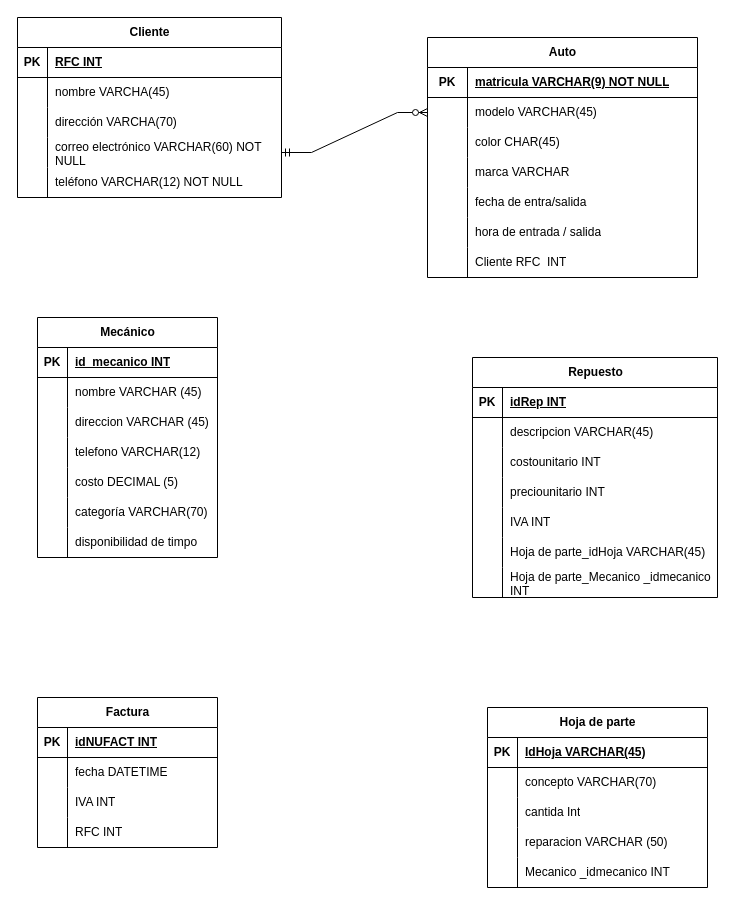
This is page "Página-2" (2 of 2) of diagrama/diagrama entidad relacion.drawio from Reyesjessica/fbd-jessica-reyes, a draw.io file, before an edit. Source tidied: cells renumbered, new cells numbered last; positions are measured from the earlier drawing's top-left corner, leaving out a move shared by most shapes. Both pictures are drawn from the tidied source at 100%, with x=0, y=0 at pixel (17, 17).
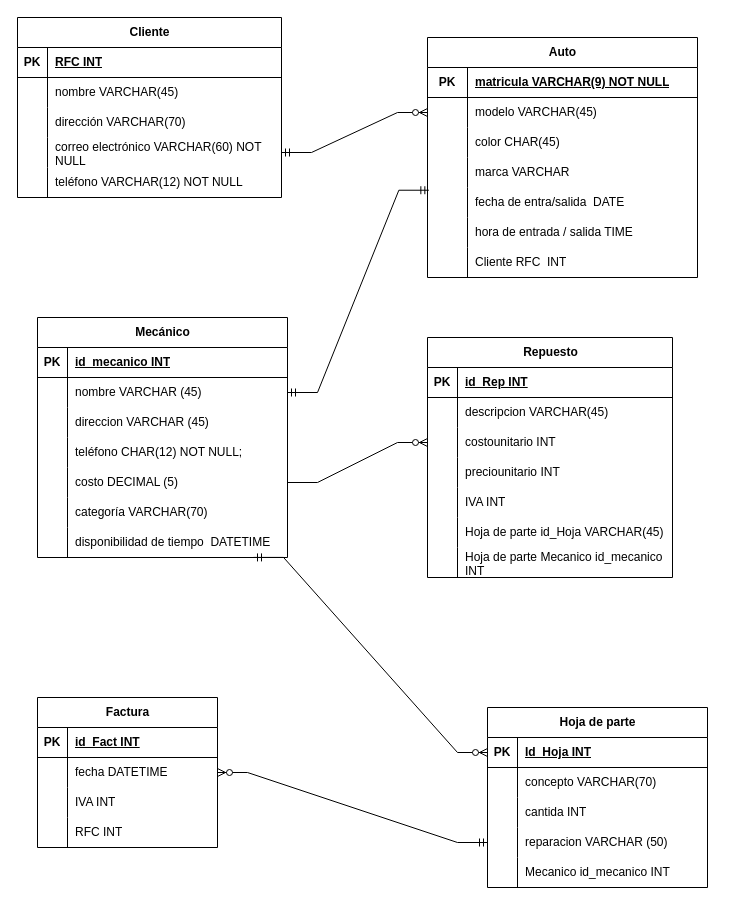
The same diagram, later.

The change refers to these unchanged cells:
```xml
<mxCell id="6" style="shape=tableRow;horizontal=0;startSize=0;swimlaneHead=0;swimlaneBody=0;fillColor=none;top=0;left=0;right=0;bottom=0;" parent="2" vertex="1">
  <mxGeometry y="60" width="264" height="30" as="geometry" />
</mxCell>
<mxCell id="9" style="shape=tableRow;horizontal=0;startSize=0;swimlaneHead=0;swimlaneBody=0;fillColor=none;top=0;left=0;right=0;bottom=0;" parent="2" vertex="1">
  <mxGeometry y="90" width="264" height="30" as="geometry" />
</mxCell>
<mxCell id="31" style="shape=tableRow;horizontal=0;startSize=0;swimlaneHead=0;swimlaneBody=0;fillColor=none;points=[[0,0.5],[1,0.5]];portConstraint=eastwest;top=0;left=0;right=0;bottom=0;" parent="18" vertex="1">
  <mxGeometry y="150" width="270" height="30" as="geometry" />
</mxCell>
<mxCell id="34" style="shape=tableRow;horizontal=0;startSize=0;swimlaneHead=0;swimlaneBody=0;fillColor=none;top=0;left=0;right=0;bottom=0;" parent="18" vertex="1">
  <mxGeometry y="180" width="270" height="30" as="geometry" />
</mxCell>
<mxCell id="63" style="shape=tableRow;horizontal=0;startSize=0;swimlaneHead=0;swimlaneBody=0;fillColor=none;top=0;left=0;right=0;bottom=1;" parent="62" vertex="1">
  <mxGeometry y="30" width="180" height="30" as="geometry" />
</mxCell>
<mxCell id="66" style="shape=tableRow;horizontal=0;startSize=0;swimlaneHead=0;swimlaneBody=0;fillColor=none;points=[[0,0.5],[1,0.5]];portConstraint=eastwest;top=0;left=0;right=0;bottom=0;" parent="62" vertex="1">
  <mxGeometry y="60" width="180" height="30" as="geometry" />
</mxCell>
<mxCell id="76" style="shape=tableRow;horizontal=0;startSize=0;swimlaneHead=0;swimlaneBody=0;fillColor=none;top=0;left=0;right=0;bottom=1;" parent="75" vertex="1">
  <mxGeometry y="30" width="245" height="30" as="geometry" />
</mxCell>
<mxCell id="82" style="shape=tableRow;horizontal=0;startSize=0;swimlaneHead=0;swimlaneBody=0;fillColor=none;points=[[0,0.5],[1,0.5]];portConstraint=eastwest;top=0;left=0;right=0;bottom=0;" parent="75" vertex="1">
  <mxGeometry y="90" width="245" height="30" as="geometry" />
</mxCell>
<mxCell id="91" style="shape=tableRow;horizontal=0;startSize=0;swimlaneHead=0;swimlaneBody=0;fillColor=none;top=0;left=0;right=0;bottom=0;" parent="75" vertex="1">
  <mxGeometry y="180" width="245" height="30" as="geometry" />
</mxCell>
<mxCell id="94" style="shape=tableRow;horizontal=0;startSize=0;swimlaneHead=0;swimlaneBody=0;fillColor=none;top=0;left=0;right=0;bottom=0;" parent="75" vertex="1">
  <mxGeometry y="210" width="245" height="30" as="geometry" />
</mxCell>
<mxCell id="98" style="shape=tableRow;horizontal=0;startSize=0;swimlaneHead=0;swimlaneBody=0;fillColor=none;points=[[0,0.5],[1,0.5]];portConstraint=eastwest;top=0;left=0;right=0;bottom=1;" parent="97" vertex="1">
  <mxGeometry y="30" width="220" height="30" as="geometry" />
</mxCell>
<mxCell id="104" style="shape=tableRow;horizontal=0;startSize=0;swimlaneHead=0;swimlaneBody=0;fillColor=none;top=0;left=0;right=0;bottom=0;" parent="97" vertex="1">
  <mxGeometry y="90" width="220" height="30" as="geometry" />
</mxCell>
<mxCell id="107" style="shape=tableRow;horizontal=0;startSize=0;swimlaneHead=0;swimlaneBody=0;fillColor=none;points=[[0,0.5],[1,0.5]];portConstraint=eastwest;top=0;left=0;right=0;bottom=0;" parent="97" vertex="1">
  <mxGeometry y="120" width="220" height="30" as="geometry" />
</mxCell>
<mxCell id="110" style="shape=tableRow;horizontal=0;startSize=0;swimlaneHead=0;swimlaneBody=0;fillColor=none;top=0;left=0;right=0;bottom=0;" parent="97" vertex="1">
  <mxGeometry y="150" width="220" height="30" as="geometry" />
</mxCell>
```

Diff of the diagram source:
```diff
@@
-    <mxCell id="8" value="nombre VARCHA(45)" style="shape=partialRectangle;fillColor=none;top=0;left=0;bottom=0;right=0;align=left;spacingLeft=6;overflow=hidden;whiteSpace=wrap;html=1;" parent="6" vertex="1">
+    <mxCell id="8" value="nombre VARCHAR(45)" style="shape=partialRectangle;fillColor=none;top=0;left=0;bottom=0;right=0;align=left;spacingLeft=6;overflow=hidden;whiteSpace=wrap;html=1;" parent="6" vertex="1">
       <mxGeometry x="30" width="234" height="30" as="geometry" />
     </mxCell>
@@
-    <mxCell id="11" value="dirección VARCHA(70)" style="shape=partialRectangle;fillColor=none;top=0;left=0;bottom=0;right=0;align=left;spacingLeft=6;overflow=hidden;whiteSpace=wrap;html=1;" parent="9" vertex="1">
+    <mxCell id="11" value="dirección VARCHAR(70)" style="shape=partialRectangle;fillColor=none;top=0;left=0;bottom=0;right=0;align=left;spacingLeft=6;overflow=hidden;whiteSpace=wrap;html=1;" parent="9" vertex="1">
       <mxGeometry x="30" width="234" height="30" as="geometry" />
     </mxCell>
@@
-    <mxCell id="33" value="fecha de entra/salida&amp;nbsp;" style="shape=partialRectangle;fillColor=none;top=0;left=0;bottom=0;right=0;align=left;spacingLeft=6;overflow=hidden;whiteSpace=wrap;html=1;" parent="31" vertex="1">
+    <mxCell id="33" value="fecha de entra/salida&amp;nbsp; DATE" style="shape=partialRectangle;fillColor=none;top=0;left=0;bottom=0;right=0;align=left;spacingLeft=6;overflow=hidden;whiteSpace=wrap;html=1;" parent="31" vertex="1">
       <mxGeometry x="40" width="230" height="30" as="geometry" />
     </mxCell>
@@
-    <mxCell id="36" value="hora de entrada / salida" style="shape=partialRectangle;fillColor=none;top=0;left=0;bottom=0;right=0;align=left;spacingLeft=6;overflow=hidden;whiteSpace=wrap;html=1;" parent="34" vertex="1">
+    <mxCell id="36" value="hora de entrada / salida TIME" style="shape=partialRectangle;fillColor=none;top=0;left=0;bottom=0;right=0;align=left;spacingLeft=6;overflow=hidden;whiteSpace=wrap;html=1;" parent="34" vertex="1">
       <mxGeometry x="40" width="230" height="30" as="geometry" />
     </mxCell>
@@
     <mxCell id="40" value="Mecánico" style="shape=table;startSize=30;childLayout=tableLayout;rowLines=0;fontStyle=1;align=center;html=1;" parent="1" vertex="1">
-      <mxGeometry x="20" y="300" width="180" height="240" as="geometry" />
+      <mxGeometry x="20" y="300" width="250" height="240" as="geometry" />
     </mxCell>
     <mxCell id="41" style="shape=tableRow;horizontal=0;startSize=0;swimlaneHead=0;swimlaneBody=0;fillColor=none;top=0;left=0;right=0;bottom=1;" parent="40" vertex="1">
-      <mxGeometry y="30" width="180" height="30" as="geometry" />
+      <mxGeometry y="30" width="250" height="30" as="geometry" />
     </mxCell>
@@
     <mxCell id="43" value="id_mecanico INT" style="shape=partialRectangle;fillColor=none;top=0;left=0;bottom=0;right=0;align=left;spacingLeft=6;fontStyle=5;overflow=hidden;whiteSpace=wrap;html=1;" parent="41" vertex="1">
-      <mxGeometry x="30" width="150" height="30" as="geometry" />
+      <mxGeometry x="30" width="220" height="30" as="geometry" />
     </mxCell>
     <mxCell id="44" style="shape=tableRow;horizontal=0;startSize=0;swimlaneHead=0;swimlaneBody=0;fillColor=none;points=[[0,0.5],[1,0.5]];portConstraint=eastwest;top=0;left=0;right=0;bottom=0;" parent="40" vertex="1">
-      <mxGeometry y="60" width="180" height="30" as="geometry" />
+      <mxGeometry y="60" width="250" height="30" as="geometry" />
     </mxCell>
@@
     <mxCell id="46" value="nombre VARCHAR (45)" style="shape=partialRectangle;fillColor=none;top=0;left=0;bottom=0;right=0;align=left;spacingLeft=6;overflow=hidden;whiteSpace=wrap;html=1;" parent="44" vertex="1">
-      <mxGeometry x="30" width="150" height="30" as="geometry" />
+      <mxGeometry x="30" width="220" height="30" as="geometry" />
     </mxCell>
     <mxCell id="47" style="shape=tableRow;horizontal=0;startSize=0;swimlaneHead=0;swimlaneBody=0;fillColor=none;top=0;left=0;right=0;bottom=0;" parent="40" vertex="1">
-      <mxGeometry y="90" width="180" height="30" as="geometry" />
+      <mxGeometry y="90" width="250" height="30" as="geometry" />
     </mxCell>
@@
     <mxCell id="49" value="direccion VARCHAR (45)" style="shape=partialRectangle;fillColor=none;top=0;left=0;bottom=0;right=0;align=left;spacingLeft=6;overflow=hidden;whiteSpace=wrap;html=1;" parent="47" vertex="1">
-      <mxGeometry x="30" width="150" height="30" as="geometry" />
+      <mxGeometry x="30" width="220" height="30" as="geometry" />
     </mxCell>
     <mxCell id="50" style="shape=tableRow;horizontal=0;startSize=0;swimlaneHead=0;swimlaneBody=0;fillColor=none;top=0;left=0;right=0;bottom=0;" parent="40" vertex="1">
-      <mxGeometry y="120" width="180" height="30" as="geometry" />
+      <mxGeometry y="120" width="250" height="30" as="geometry" />
     </mxCell>
@@
-    <mxCell id="52" value="telefono VARCHAR(12)" style="shape=partialRectangle;fillColor=none;top=0;left=0;bottom=0;right=0;align=left;spacingLeft=6;overflow=hidden;whiteSpace=wrap;html=1;" parent="50" vertex="1">
-      <mxGeometry x="30" width="150" height="30" as="geometry" />
+    <mxCell id="52" value="teléfono CHAR(12) NOT NULL;" style="shape=partialRectangle;fillColor=none;top=0;left=0;bottom=0;right=0;align=left;spacingLeft=6;overflow=hidden;whiteSpace=wrap;html=1;" parent="50" vertex="1">
+      <mxGeometry x="30" width="220" height="30" as="geometry" />
     </mxCell>
     <mxCell id="53" style="shape=tableRow;horizontal=0;startSize=0;swimlaneHead=0;swimlaneBody=0;fillColor=none;points=[[0,0.5],[1,0.5]];portConstraint=eastwest;top=0;left=0;right=0;bottom=0;" parent="40" vertex="1">
-      <mxGeometry y="150" width="180" height="30" as="geometry" />
+      <mxGeometry y="150" width="250" height="30" as="geometry" />
     </mxCell>
@@
     <mxCell id="55" value="costo DECIMAL (5)" style="shape=partialRectangle;fillColor=none;top=0;left=0;bottom=0;right=0;align=left;spacingLeft=6;overflow=hidden;whiteSpace=wrap;html=1;" parent="53" vertex="1">
-      <mxGeometry x="30" width="150" height="30" as="geometry" />
+      <mxGeometry x="30" width="220" height="30" as="geometry" />
     </mxCell>
     <mxCell id="56" style="shape=tableRow;horizontal=0;startSize=0;swimlaneHead=0;swimlaneBody=0;fillColor=none;top=0;left=0;right=0;bottom=0;" parent="40" vertex="1">
-      <mxGeometry y="180" width="180" height="30" as="geometry" />
+      <mxGeometry y="180" width="250" height="30" as="geometry" />
     </mxCell>
@@
     <mxCell id="58" value="categoría VARCHAR(70)" style="shape=partialRectangle;fillColor=none;top=0;left=0;bottom=0;right=0;align=left;spacingLeft=6;overflow=hidden;whiteSpace=wrap;html=1;" parent="56" vertex="1">
-      <mxGeometry x="30" width="150" height="30" as="geometry" />
+      <mxGeometry x="30" width="220" height="30" as="geometry" />
     </mxCell>
     <mxCell id="59" style="shape=tableRow;horizontal=0;startSize=0;swimlaneHead=0;swimlaneBody=0;fillColor=none;points=[[0,0.5],[1,0.5]];portConstraint=eastwest;top=0;left=0;right=0;bottom=0;" parent="40" vertex="1">
-      <mxGeometry y="210" width="180" height="30" as="geometry" />
+      <mxGeometry y="210" width="250" height="30" as="geometry" />
     </mxCell>
@@
-    <mxCell id="61" value="disponibilidad de timpo&amp;nbsp;" style="shape=partialRectangle;fillColor=none;top=0;left=0;bottom=0;right=0;align=left;spacingLeft=6;overflow=hidden;whiteSpace=wrap;html=1;" parent="59" vertex="1">
-      <mxGeometry x="30" width="150" height="30" as="geometry" />
+    <mxCell id="61" value="disponibilidad de tiempo&amp;nbsp; DATETIME" style="shape=partialRectangle;fillColor=none;top=0;left=0;bottom=0;right=0;align=left;spacingLeft=6;overflow=hidden;whiteSpace=wrap;html=1;" parent="59" vertex="1">
+      <mxGeometry x="30" width="220" height="30" as="geometry" />
     </mxCell>
@@
-    <mxCell id="65" value="idNUFACT INT" style="shape=partialRectangle;fillColor=none;top=0;left=0;bottom=0;right=0;align=left;spacingLeft=6;fontStyle=5;overflow=hidden;whiteSpace=wrap;html=1;" parent="63" vertex="1">
+    <mxCell id="65" value="id_Fact INT" style="shape=partialRectangle;fillColor=none;top=0;left=0;bottom=0;right=0;align=left;spacingLeft=6;fontStyle=5;overflow=hidden;whiteSpace=wrap;html=1;" parent="63" vertex="1">
       <mxGeometry x="30" width="150" height="30" as="geometry" />
     </mxCell>
@@
     <mxCell id="75" value="Repuesto" style="shape=table;startSize=30;childLayout=tableLayout;rowLines=0;fontStyle=1;align=center;html=1;" parent="1" vertex="1">
-      <mxGeometry x="455" y="340" width="245" height="240" as="geometry" />
+      <mxGeometry x="410" y="320" width="245" height="240" as="geometry" />
     </mxCell>
@@
-    <mxCell id="78" value="idRep INT" style="shape=partialRectangle;fillColor=none;top=0;left=0;bottom=0;right=0;align=left;spacingLeft=6;fontStyle=5;overflow=hidden;whiteSpace=wrap;html=1;" parent="76" vertex="1">
+    <mxCell id="78" value="id_Rep INT" style="shape=partialRectangle;fillColor=none;top=0;left=0;bottom=0;right=0;align=left;spacingLeft=6;fontStyle=5;overflow=hidden;whiteSpace=wrap;html=1;" parent="76" vertex="1">
       <mxGeometry x="30" width="215" height="30" as="geometry" />
     </mxCell>
@@
-    <mxCell id="93" value="Hoja de parte_idHoja VARCHAR(45)" style="shape=partialRectangle;fillColor=none;top=0;left=0;bottom=0;right=0;align=left;spacingLeft=6;overflow=hidden;whiteSpace=wrap;html=1;" parent="91" vertex="1">
+    <mxCell id="93" value="Hoja de parte id_Hoja VARCHAR(45)" style="shape=partialRectangle;fillColor=none;top=0;left=0;bottom=0;right=0;align=left;spacingLeft=6;overflow=hidden;whiteSpace=wrap;html=1;" parent="91" vertex="1">
       <mxGeometry x="30" width="215" height="30" as="geometry" />
     </mxCell>
@@
-    <mxCell id="96" value="Hoja de parte_Mecanico _idmecanico INT" style="shape=partialRectangle;fillColor=none;top=0;left=0;bottom=0;right=0;align=left;spacingLeft=6;overflow=hidden;whiteSpace=wrap;html=1;" parent="94" vertex="1">
+    <mxCell id="96" value="Hoja de parte Mecanico id_mecanico INT" style="shape=partialRectangle;fillColor=none;top=0;left=0;bottom=0;right=0;align=left;spacingLeft=6;overflow=hidden;whiteSpace=wrap;html=1;" parent="94" vertex="1">
       <mxGeometry x="30" width="215" height="30" as="geometry" />
     </mxCell>
@@
-    <mxCell id="100" value="IdHoja VARCHAR(45)" style="shape=partialRectangle;fillColor=none;top=0;left=0;bottom=0;right=0;align=left;spacingLeft=6;fontStyle=5;overflow=hidden;whiteSpace=wrap;html=1;" parent="98" vertex="1">
+    <mxCell id="100" value="Id_Hoja INT" style="shape=partialRectangle;fillColor=none;top=0;left=0;bottom=0;right=0;align=left;spacingLeft=6;fontStyle=5;overflow=hidden;whiteSpace=wrap;html=1;" parent="98" vertex="1">
       <mxGeometry x="30" width="190" height="30" as="geometry" />
     </mxCell>
@@
-    <mxCell id="106" value="cantida Int" style="shape=partialRectangle;fillColor=none;top=0;left=0;bottom=0;right=0;align=left;spacingLeft=6;overflow=hidden;whiteSpace=wrap;html=1;" parent="104" vertex="1">
+    <mxCell id="106" value="cantida INT" style="shape=partialRectangle;fillColor=none;top=0;left=0;bottom=0;right=0;align=left;spacingLeft=6;overflow=hidden;whiteSpace=wrap;html=1;" parent="104" vertex="1">
       <mxGeometry x="30" width="190" height="30" as="geometry" />
     </mxCell>
@@
-    <mxCell id="112" value="Mecanico _idmecanico INT" style="shape=partialRectangle;fillColor=none;top=0;left=0;bottom=0;right=0;align=left;spacingLeft=6;overflow=hidden;whiteSpace=wrap;html=1;" parent="110" vertex="1">
+    <mxCell id="112" value="Mecanico id_mecanico INT" style="shape=partialRectangle;fillColor=none;top=0;left=0;bottom=0;right=0;align=left;spacingLeft=6;overflow=hidden;whiteSpace=wrap;html=1;" parent="110" vertex="1">
       <mxGeometry x="30" width="190" height="30" as="geometry" />
     </mxCell>
@@
+    <mxCell id="114" style="edgeStyle=entityRelationEdgeStyle;fontSize=12;html=1;endArrow=ERzeroToMany;endFill=1;rounded=0;exitX=1;exitY=0.5;exitDx=0;exitDy=0;entryX=0;entryY=0.5;entryDx=0;entryDy=0;" parent="1" edge="1" source="53" target="82">
+      <mxGeometry relative="1" as="geometry" />
+    </mxCell>
+    <mxCell id="115" style="edgeStyle=entityRelationEdgeStyle;fontSize=12;html=1;endArrow=ERzeroToMany;startArrow=ERmandOne;rounded=0;exitX=0.864;exitY=0.997;exitDx=0;exitDy=0;exitPerimeter=0;entryX=0;entryY=0.5;entryDx=0;entryDy=0;" parent="1" edge="1" source="59" target="98">
+      <mxGeometry relative="1" as="geometry" />
+    </mxCell>
+    <mxCell id="116" style="edgeStyle=entityRelationEdgeStyle;fontSize=12;html=1;endArrow=ERzeroToMany;startArrow=ERmandOne;rounded=0;exitX=0;exitY=0.5;exitDx=0;exitDy=0;entryX=1;entryY=0.5;entryDx=0;entryDy=0;" parent="1" edge="1" source="107" target="66">
+      <mxGeometry relative="1" as="geometry" />
+    </mxCell>
+    <mxCell id="117" style="edgeStyle=entityRelationEdgeStyle;fontSize=12;html=1;endArrow=ERmandOne;startArrow=ERmandOne;rounded=0;entryX=0.005;entryY=0.091;entryDx=0;entryDy=0;entryPerimeter=0;exitX=1;exitY=0.5;exitDx=0;exitDy=0;" parent="1" edge="1" source="44" target="31">
+      <mxGeometry relative="1" as="geometry" />
+    </mxCell>
```
